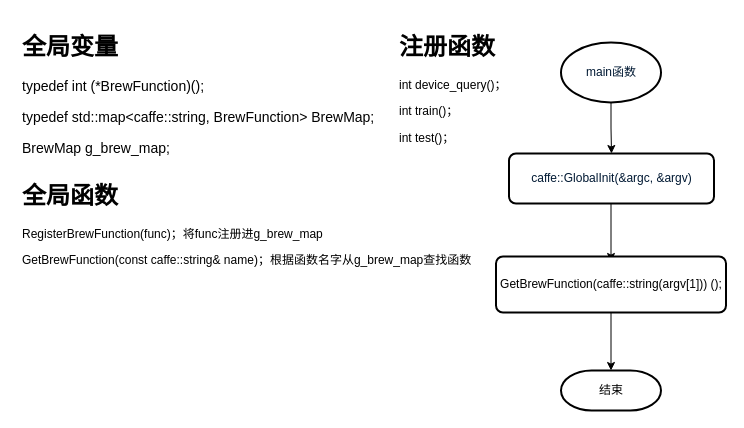
Above: Caffe/CaffeMain.drawio in i4oolish/draw.io (draw.io), before the change. Source tidied: cells renumbered, new cells numbered last; positions are measured from the earlier drawing's top-left corner, leaving out a move shared by most shapes. Both pictures are drawn from the tidied source at 100%, with x=0, y=0 at pixel (16, 27).
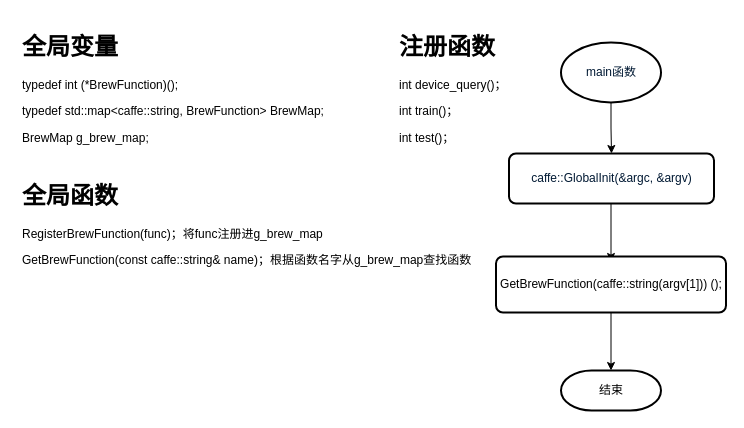
After the change.

The edit, as a diff of the source:
```diff
@@
 <mxGraphModel background="#ffffff">
   <root>
     <mxCell id="0" />
     <mxCell id="1" parent="0" />
-    <mxCell id="2" value="&lt;h1&gt;全局变量&lt;/h1&gt;&lt;p style=&quot;font-size: 14px&quot;&gt;&lt;font style=&quot;font-size: 14px&quot;&gt;typedef int (*BrewFunction)();&lt;/font&gt;&lt;/p&gt;&lt;p style=&quot;font-size: 14px&quot;&gt;&lt;font style=&quot;font-size: 14px&quot;&gt;typedef std::map&amp;lt;caffe::string, BrewFunction&amp;gt; BrewMap;&lt;br&gt;&lt;/font&gt;&lt;/p&gt;&lt;p style=&quot;font-size: 14px&quot;&gt;&lt;font style=&quot;font-size: 14px&quot;&gt;BrewMap g_brew_map;&lt;/font&gt;&lt;/p&gt;" style="text;html=1;strokeColor=none;fillColor=none;spacing=5;spacingTop=-20;whiteSpace=wrap;overflow=hidden;rounded=0;" parent="1" vertex="1">
+    <mxCell id="2" value="&lt;h1&gt;全局变量&lt;/h1&gt;&lt;p&gt;&lt;font style=&quot;font-size: 12px&quot;&gt;typedef int (*BrewFunction)();&lt;/font&gt;&lt;/p&gt;&lt;p&gt;&lt;font style=&quot;font-size: 12px&quot;&gt;typedef std::map&amp;lt;caffe::string, BrewFunction&amp;gt; BrewMap;&lt;br&gt;&lt;/font&gt;&lt;/p&gt;&lt;p&gt;&lt;font style=&quot;font-size: 12px&quot;&gt;BrewMap g_brew_map;&lt;/font&gt;&lt;/p&gt;" style="text;html=1;strokeColor=none;fillColor=none;spacing=5;spacingTop=-20;whiteSpace=wrap;overflow=hidden;rounded=0;" parent="1" vertex="1">
       <mxGeometry x="0.5" width="377" height="150" as="geometry" />
     </mxCell>
     <mxCell id="3" value="&lt;h1&gt;全局函数&lt;/h1&gt;&lt;p&gt;RegisterBrewFunction(func)；将func注册进g_brew_map&lt;/p&gt;&lt;p&gt;GetBrewFunction(const caffe::string&amp;amp; name)；根据函数名字从g_brew_map查找函数&lt;br&gt;&lt;/p&gt;" style="text;html=1;strokeColor=none;fillColor=none;spacing=5;spacingTop=-20;whiteSpace=wrap;overflow=hidden;rounded=0;" parent="1" vertex="1">
       <mxGeometry x="0.5" y="149" width="469" height="120" as="geometry" />
     </mxCell>
     <mxCell id="4" value="&lt;h1&gt;注册函数&lt;/h1&gt;&lt;p&gt;int device_query()；&lt;br&gt;&lt;/p&gt;&lt;p&gt;int train()；&lt;br&gt;&lt;/p&gt;&lt;p&gt;int test()；&lt;br&gt;&lt;/p&gt;&lt;p&gt;int time()；&lt;br&gt;&lt;/p&gt;&lt;p&gt;&lt;br&gt;&lt;/p&gt;&lt;p&gt;&lt;br&gt;&lt;/p&gt;" style="text;html=1;strokeColor=none;fillColor=none;spacing=5;spacingTop=-20;whiteSpace=wrap;overflow=hidden;rounded=0;" parent="1" vertex="1">
       <mxGeometry x="378" width="150" height="120" as="geometry" />
     </mxCell>
     <mxCell id="5" style="edgeStyle=orthogonalEdgeStyle;rounded=0;jettySize=auto;html=1;entryX=0.5;entryY=0;entryDx=0;entryDy=0;entryPerimeter=0;" parent="1" edge="1" source="6">
       <mxGeometry relative="1" as="geometry">
         <mxPoint x="594.5" y="234" as="targetPoint" />
       </mxGeometry>
     </mxCell>
     <mxCell id="6" value="&lt;span style=&quot;color: rgb(0 , 25 , 51)&quot;&gt;caffe::GlobalInit(&amp;amp;argc, &amp;amp;argv)&lt;/span&gt;" style="rounded=1;whiteSpace=wrap;html=1;absoluteArcSize=1;arcSize=14;strokeWidth=2;" parent="1" vertex="1">
       <mxGeometry x="492.5" y="126" width="205" height="50" as="geometry" />
     </mxCell>
     <mxCell id="7" style="edgeStyle=orthogonalEdgeStyle;rounded=0;jettySize=auto;html=1;" parent="1" edge="1" source="8" target="6">
       <mxGeometry relative="1" as="geometry" />
     </mxCell>
     <mxCell id="8" value="&lt;span style=&quot;color: rgb(0 , 25 , 51)&quot;&gt;main函数&lt;/span&gt;" style="strokeWidth=2;html=1;shape=mxgraph.flowchart.start_1;whiteSpace=wrap;" parent="1" vertex="1">
       <mxGeometry x="544.5" y="15" width="100" height="60" as="geometry" />
     </mxCell>
     <mxCell id="9" style="edgeStyle=orthogonalEdgeStyle;rounded=0;jettySize=auto;html=1;" parent="1" edge="1" source="10" target="11">
       <mxGeometry relative="1" as="geometry" />
     </mxCell>
     <mxCell id="10" value="GetBrewFunction(caffe::string(argv[1])) ();" style="rounded=1;whiteSpace=wrap;html=1;absoluteArcSize=1;arcSize=14;strokeWidth=2;" parent="1" vertex="1">
       <mxGeometry x="479.5" y="229" width="230" height="56" as="geometry" />
     </mxCell>
     <mxCell id="11" value="结束" style="strokeWidth=2;html=1;shape=mxgraph.flowchart.terminator;whiteSpace=wrap;" parent="1" vertex="1">
       <mxGeometry x="544.5" y="343" width="100" height="40" as="geometry" />
     </mxCell>
   </root>
 </mxGraphModel>
```
